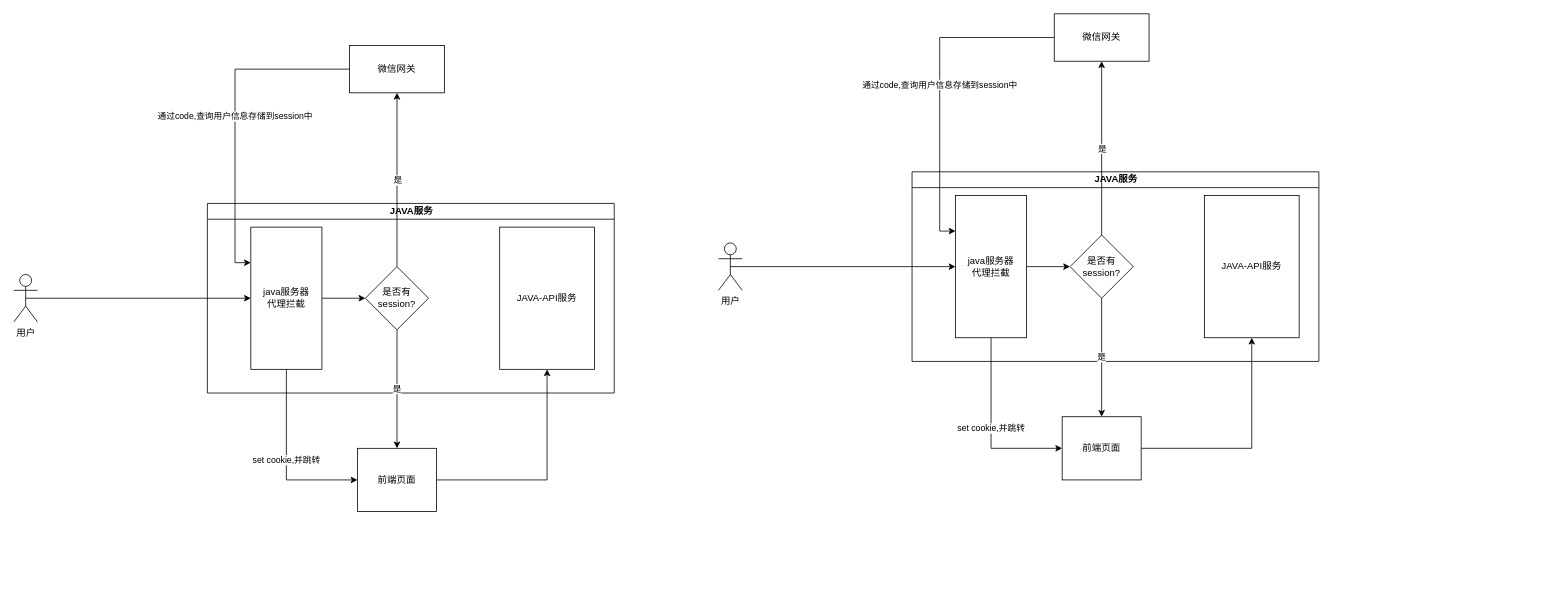
This is StudyDemo/src/现在的登录流程.drawio from keyeze/StudyPlace, a draw.io file, before an edit. Source tidied: cells renumbered, new cells numbered last; positions are measured from the earlier drawing's top-left corner, leaving out a move shared by most shapes. Both pictures are drawn from the tidied source at 79%, with x=0, y=0 at pixel (13, 13).
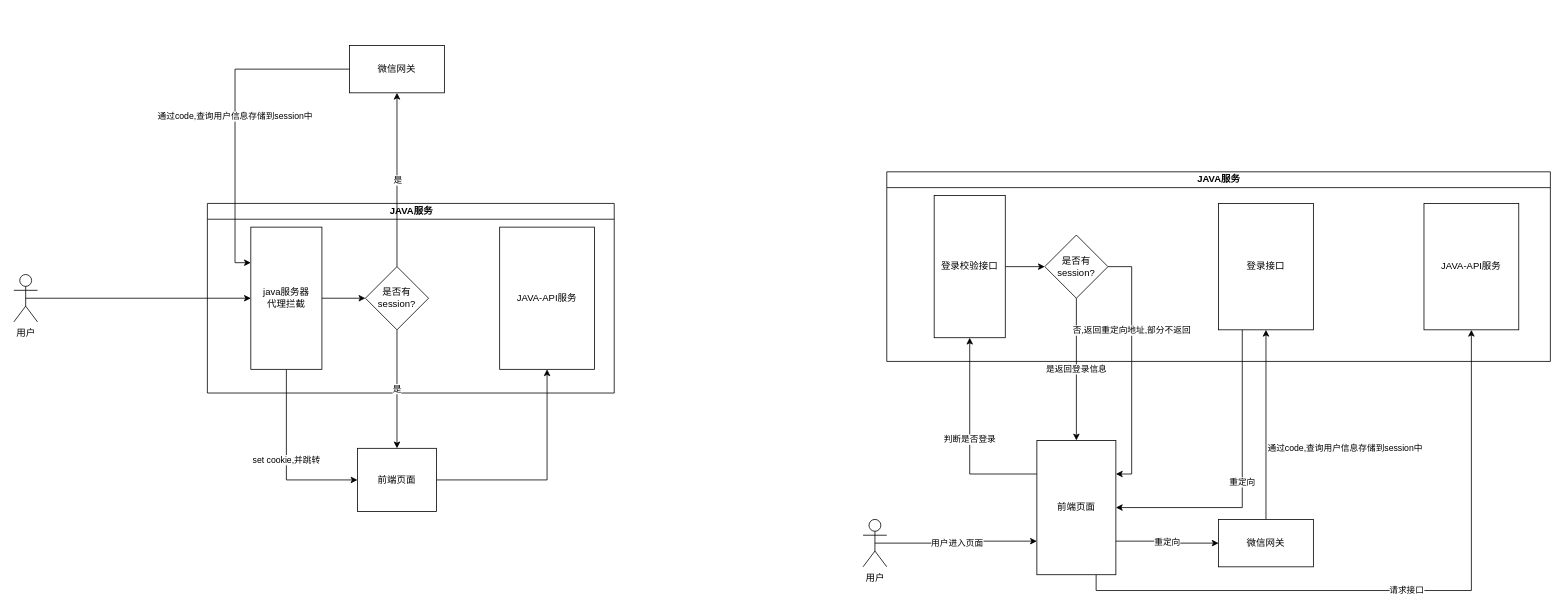
The same page after the edit.

Commit message:
更新现在的登录流程.drawio

The change refers to these unchanged cells:
```xml
<mxCell id="23" value="是否有session?" style="rhombus;whiteSpace=wrap;html=1;" parent="19" vertex="1">
  <mxGeometry x="200" y="80" width="80" height="80" as="geometry" />
</mxCell>
```

What changed in the source:
```diff
@@
-<mxGraphModel>
+<mxGraphModel background="#FFFFFF">
@@
-    <mxCell id="16" value="set cookie,并跳转" style="edgeStyle=orthogonalEdgeStyle;rounded=0;jettySize=auto;html=1;exitX=0.5;exitY=1;exitDx=0;exitDy=0;entryX=0;entryY=0.5;entryDx=0;entryDy=0;" parent="1" edge="1" source="21" target="18">
-      <mxGeometry relative="1" as="geometry" />
-    </mxCell>
-    <mxCell id="17" style="edgeStyle=orthogonalEdgeStyle;rounded=0;jettySize=auto;html=1;exitX=1;exitY=0.5;exitDx=0;exitDy=0;entryX=0.5;entryY=1;entryDx=0;entryDy=0;" parent="1" edge="1" source="18" target="22">
+    <mxCell id="17" value="请求接口" style="edgeStyle=orthogonalEdgeStyle;rounded=0;jettySize=auto;html=1;exitX=0.75;exitY=1;exitDx=0;exitDy=0;entryX=0.5;entryY=1;entryDx=0;entryDy=0;" parent="1" edge="1" source="18" target="22">
       <mxGeometry relative="1" as="geometry" />
     </mxCell>
+    <mxCell id="30" value="判断是否登录" style="edgeStyle=orthogonalEdgeStyle;rounded=0;jettySize=auto;html=1;exitX=0;exitY=0.25;exitDx=0;exitDy=0;entryX=0.5;entryY=1;entryDx=0;entryDy=0;" parent="1" edge="1" source="18" target="21">
+      <mxGeometry relative="1" as="geometry" />
+    </mxCell>
+    <mxCell id="31" value="重定向" style="edgeStyle=orthogonalEdgeStyle;rounded=0;jettySize=auto;html=1;exitX=1;exitY=0.75;exitDx=0;exitDy=0;entryX=0;entryY=0.5;entryDx=0;entryDy=0;" parent="1" edge="1" source="18" target="29">
+      <mxGeometry relative="1" as="geometry" />
+    </mxCell>
     <mxCell id="18" value="前端页面" style="rounded=0;whiteSpace=wrap;html=1;" parent="1" vertex="1">
-      <mxGeometry x="1327" y="510" width="100" height="80" as="geometry" />
+      <mxGeometry x="1295" y="540" width="100" height="170" as="geometry" />
     </mxCell>
     <mxCell id="19" value="JAVA服务" style="swimlane;html=1;startSize=20;horizontal=1;containerType=tree;" parent="1" vertex="1">
-      <mxGeometry x="1137" y="200" width="515" height="240" as="geometry" />
+      <mxGeometry x="1105" y="200" width="840" height="240" as="geometry" />
     </mxCell>
@@
-    <mxCell id="21" value="java服务器&lt;br&gt;代理拦截" style="rounded=0;whiteSpace=wrap;html=1;" parent="19" vertex="1">
-      <mxGeometry x="55" y="30" width="90" height="180" as="geometry" />
+    <mxCell id="21" value="登录校验接口" style="rounded=0;whiteSpace=wrap;html=1;" parent="19" vertex="1">
+      <mxGeometry x="60" y="30" width="90" height="180" as="geometry" />
     </mxCell>
     <mxCell id="22" value="JAVA-API服务" style="rounded=0;whiteSpace=wrap;html=1;" parent="19" vertex="1">
-      <mxGeometry x="370" y="30" width="120" height="180" as="geometry" />
+      <mxGeometry x="680" y="40" width="120" height="160" as="geometry" />
     </mxCell>
@@
-    <mxCell id="24" value="是" style="edgeStyle=orthogonalEdgeStyle;rounded=0;jettySize=auto;html=1;exitX=0.5;exitY=0;exitDx=0;exitDy=0;" parent="19" edge="1" source="23">
-      <mxGeometry relative="1" as="geometry">
-        <mxPoint x="240" y="-140" as="targetPoint" />
-      </mxGeometry>
-    </mxCell>
+    <mxCell id="32" value="登录接口" style="rounded=0;whiteSpace=wrap;html=1;" parent="19" vertex="1">
+      <mxGeometry x="420" y="40" width="120" height="160" as="geometry" />
+    </mxCell>
-    <mxCell id="25" style="edgeStyle=orthogonalEdgeStyle;rounded=0;jettySize=auto;html=1;exitX=0.5;exitY=0.5;exitDx=0;exitDy=0;exitPerimeter=0;entryX=0;entryY=0.5;entryDx=0;entryDy=0;" parent="1" edge="1" source="26" target="21">
+    <mxCell id="25" value="用户进入页面" style="edgeStyle=orthogonalEdgeStyle;rounded=0;jettySize=auto;html=1;exitX=0.5;exitY=0.5;exitDx=0;exitDy=0;exitPerimeter=0;entryX=0;entryY=0.75;entryDx=0;entryDy=0;" parent="1" edge="1" source="26" target="18">
       <mxGeometry relative="1" as="geometry" />
     </mxCell>
     <mxCell id="26" value="用户" style="shape=umlActor;verticalLabelPosition=bottom;labelBackgroundColor=#ffffff;verticalAlign=top;html=1;outlineConnect=0;" parent="1" vertex="1">
-      <mxGeometry x="892" y="290" width="30" height="60" as="geometry" />
+      <mxGeometry x="1075" y="640" width="30" height="60" as="geometry" />
     </mxCell>
-    <mxCell id="27" value="是" style="edgeStyle=orthogonalEdgeStyle;rounded=0;jettySize=auto;html=1;exitX=0.5;exitY=1;exitDx=0;exitDy=0;entryX=0.5;entryY=0;entryDx=0;entryDy=0;" parent="1" edge="1" source="23" target="18">
+    <mxCell id="27" value="是返回登录信息" style="edgeStyle=orthogonalEdgeStyle;rounded=0;jettySize=auto;html=1;exitX=0.5;exitY=1;exitDx=0;exitDy=0;entryX=0.5;entryY=0;entryDx=0;entryDy=0;" parent="1" edge="1" source="23" target="18">
       <mxGeometry relative="1" as="geometry" />
     </mxCell>
-    <mxCell id="28" value="通过code,查询用户信息存储到session中" style="edgeStyle=orthogonalEdgeStyle;rounded=0;jettySize=auto;html=1;exitX=0;exitY=0.5;exitDx=0;exitDy=0;entryX=0;entryY=0.25;entryDx=0;entryDy=0;" parent="1" edge="1" source="29" target="21">
-      <mxGeometry relative="1" as="geometry" />
+    <mxCell id="28" value="通过code,查询用户信息存储到session中" style="edgeStyle=orthogonalEdgeStyle;rounded=0;jettySize=auto;html=1;exitX=0.5;exitY=0;exitDx=0;exitDy=0;entryX=0.5;entryY=1;entryDx=0;entryDy=0;" parent="1" edge="1" source="29" target="32">
+      <mxGeometry x="-0.25" y="-100" relative="1" as="geometry" />
     </mxCell>
     <mxCell id="29" value="微信网关" style="rounded=0;whiteSpace=wrap;html=1;" parent="1" vertex="1">
-      <mxGeometry x="1317" width="120" height="60" as="geometry" />
+      <mxGeometry x="1525" y="640" width="120" height="60" as="geometry" />
     </mxCell>
+    <mxCell id="24" value="否,返回重定向地址,部分不返回" style="edgeStyle=orthogonalEdgeStyle;rounded=0;jettySize=auto;html=1;exitX=1;exitY=0.5;exitDx=0;exitDy=0;entryX=1;entryY=0.25;entryDx=0;entryDy=0;" parent="1" edge="1" source="23" target="18">
+      <mxGeometry x="-0.29" relative="1" as="geometry" />
+    </mxCell>
+    <mxCell id="33" value="重定向" style="edgeStyle=orthogonalEdgeStyle;rounded=0;jettySize=auto;html=1;exitX=0.25;exitY=1;exitDx=0;exitDy=0;entryX=1;entryY=0.5;entryDx=0;entryDy=0;" parent="1" edge="1" source="32" target="18">
+      <mxGeometry relative="1" as="geometry" />
+    </mxCell>
```
